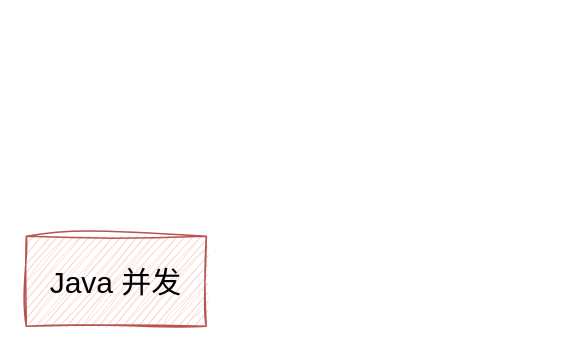
Earlier version of the draw.io diagram drawio/Java 并发.drawio (noobshmily/Pic-Bed). Source tidied: cells renumbered, new cells numbered last; positions are measured from the earlier drawing's top-left corner, leaving out a move shared by most shapes. Both pictures are drawn from the tidied source at 150%, with x=0, y=0 at pixel (26, 236).
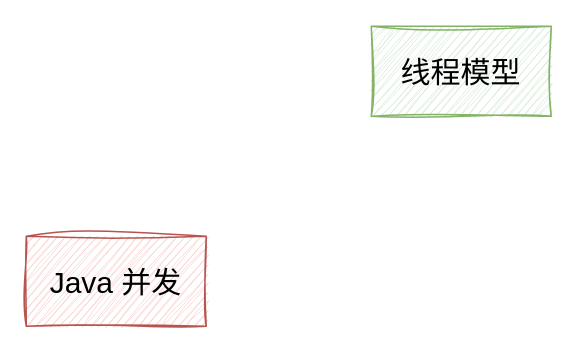
The same diagram, later.

Diff of the diagram source:
```diff
@@
 <mxGraphModel>
   <root>
     <mxCell id="0" />
     <mxCell id="1" parent="0" />
     <mxCell id="2" value="Java 并发" style="rounded=0;whiteSpace=wrap;html=1;fontSize=20;shadow=0;fillColor=#f8cecc;strokeColor=#b85450;glass=0;sketch=1;curveFitting=1;jiggle=2;" parent="1" vertex="1">
       <mxGeometry width="120" height="60" as="geometry" />
     </mxCell>
+    <mxCell id="3" value="线程模型" style="rounded=0;whiteSpace=wrap;html=1;fontSize=20;sketch=1;curveFitting=1;jiggle=2;fillColor=#d5e8d4;strokeColor=#82b366;" parent="1" vertex="1">
+      <mxGeometry x="230" y="-140" width="120" height="60" as="geometry" />
+    </mxCell>
   </root>
 </mxGraphModel>
```
